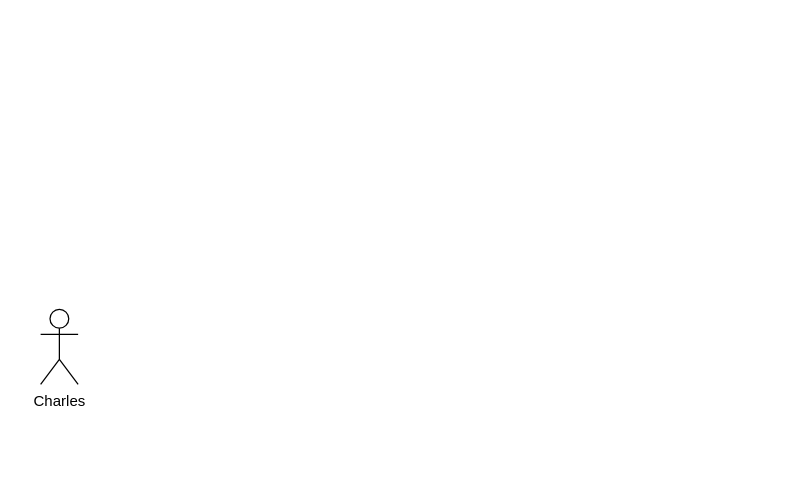
This is ExoTest.drawio from charlesng1/uml, a draw.io file, before an edit. Source tidied: cells renumbered, new cells numbered last; positions are measured from the earlier drawing's top-left corner, leaving out a move shared by most shapes. Both pictures are drawn from the tidied source at 125%, with x=0, y=0 at pixel (40, 309).
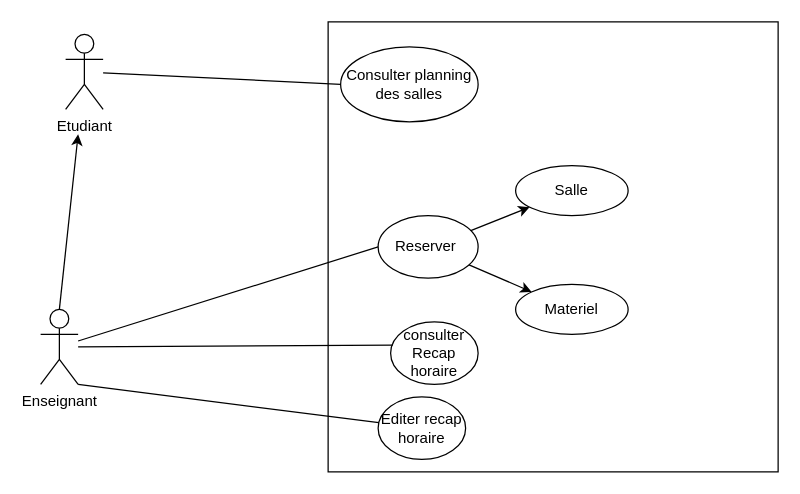
The same diagram, later.

Commit message (it also covers changes not shown here):
Mettre à jour ExoTest.drawio

Diff of the diagram source:
```diff
@@
 <mxGraphModel>
   <root>
     <mxCell id="0" />
     <mxCell id="1" parent="0" />
-    <mxCell id="2" value="Charles" style="shape=umlActor;verticalLabelPosition=bottom;verticalAlign=top;html=1;outlineConnect=0;" parent="1" vertex="1">
+    <mxCell id="2" value="Enseignant" style="shape=umlActor;verticalLabelPosition=bottom;verticalAlign=top;html=1;outlineConnect=0;" parent="1" vertex="1">
       <mxGeometry width="30" height="60" as="geometry" />
     </mxCell>
+    <mxCell id="3" style="whiteSpace=wrap;html=1;" parent="1" vertex="1">
+      <mxGeometry x="230" y="-230" width="360" height="360" as="geometry" />
+    </mxCell>
+    <mxCell id="4" value="Etudiant" style="shape=umlActor;verticalLabelPosition=bottom;verticalAlign=top;html=1;outlineConnect=0;" parent="1" vertex="1">
+      <mxGeometry x="20" y="-220" width="30" height="60" as="geometry" />
+    </mxCell>
+    <mxCell id="5" value="Reserver&amp;nbsp;" style="ellipse;whiteSpace=wrap;html=1;" parent="1" vertex="1">
+      <mxGeometry x="270" y="-75" width="80" height="50" as="geometry" />
+    </mxCell>
+    <mxCell id="6" value="Consulter planning des salles" style="ellipse;whiteSpace=wrap;html=1;" parent="1" vertex="1">
+      <mxGeometry x="240" y="-210" width="110" height="60" as="geometry" />
+    </mxCell>
+    <mxCell id="7" style="endArrow=none;html=1;rounded=0;entryX=0;entryY=0.5;entryDx=0;entryDy=0;" parent="1" edge="1" source="4" target="6">
+      <mxGeometry relative="1" as="geometry" />
+    </mxCell>
+    <mxCell id="8" style="endArrow=none;html=1;rounded=0;entryX=0;entryY=0.5;entryDx=0;entryDy=0;" parent="1" edge="1" source="2" target="5">
+      <mxGeometry relative="1" as="geometry" />
+    </mxCell>
+    <mxCell id="9" style="endArrow=classic;html=1;rounded=0;exitX=0.5;exitY=0;exitDx=0;exitDy=0;exitPerimeter=0;" parent="1" edge="1" source="2">
+      <mxGeometry x="0.27" y="40" relative="1" as="geometry">
+        <mxPoint x="30" y="-140" as="targetPoint" />
+      </mxGeometry>
+    </mxCell>
+    <mxCell id="10" value="consulter Recap horaire" style="ellipse;whiteSpace=wrap;html=1;" parent="1" vertex="1">
+      <mxGeometry x="280" y="10" width="70" height="50" as="geometry" />
+    </mxCell>
+    <mxCell id="11" style="endArrow=none;html=1;rounded=0;entryX=0.024;entryY=0.373;entryDx=0;entryDy=0;entryPerimeter=0;" parent="1" edge="1" source="2" target="10">
+      <mxGeometry relative="1" as="geometry" />
+    </mxCell>
+    <mxCell id="12" value="Editer recap horaire" style="ellipse;whiteSpace=wrap;html=1;" parent="1" vertex="1">
+      <mxGeometry x="270" y="70" width="70" height="50" as="geometry" />
+    </mxCell>
+    <mxCell id="13" style="endArrow=none;html=1;rounded=0;exitX=1;exitY=1;exitDx=0;exitDy=0;exitPerimeter=0;" parent="1" edge="1" source="2" target="12">
+      <mxGeometry relative="1" as="geometry" />
+    </mxCell>
+    <mxCell id="14" value="Salle" style="ellipse;whiteSpace=wrap;html=1;" parent="1" vertex="1">
+      <mxGeometry x="380" y="-115" width="90" height="40" as="geometry" />
+    </mxCell>
+    <mxCell id="15" value="Materiel" style="ellipse;whiteSpace=wrap;html=1;" parent="1" vertex="1">
+      <mxGeometry x="380" y="-20" width="90" height="40" as="geometry" />
+    </mxCell>
+    <mxCell id="16" style="endArrow=classic;html=1;rounded=0;" parent="1" edge="1" source="5" target="14">
+      <mxGeometry relative="1" as="geometry" />
+    </mxCell>
+    <mxCell id="17" style="endArrow=classic;html=1;rounded=0;" parent="1" edge="1" source="5" target="15">
+      <mxGeometry relative="1" as="geometry" />
+    </mxCell>
   </root>
 </mxGraphModel>
```
